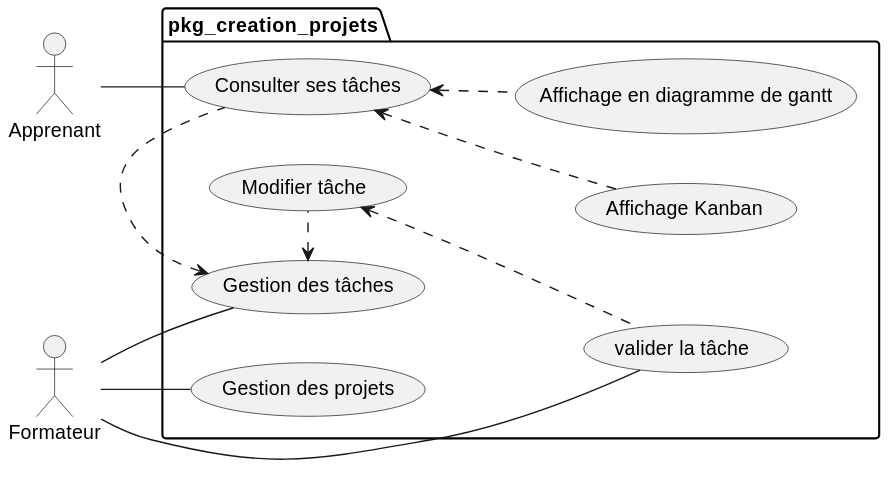
This is docs/diagrammes/pkg_creation_projets/uses_cases_pkg_creation_projets/uses_cases_pkg_creation_projets.svg from solicoders/soli-lms, a PlantUML export, as it was before one commit. Source of this version:
```plantuml
@startuml
left to right direction


actor Formateur as formateur
actor Apprenant as apprenant


package pkg_creation_projets {

  formateur --  (Gestion des projets)
  formateur --  (Gestion des tâches)
  (Gestion des tâches)  <. (Modifier tâche)
  (Modifier tâche)  <.. (valider la tâche)

  apprenant -- (Consulter ses tâches)
  formateur -- (valider la tâche)


  (Gestion des tâches) <. (Consulter ses tâches)
  (Consulter ses tâches) <.. (Affichage en diagramme de gantt)
  (Consulter ses tâches) <.. (Affichage Kanban)
}

@enduml
```
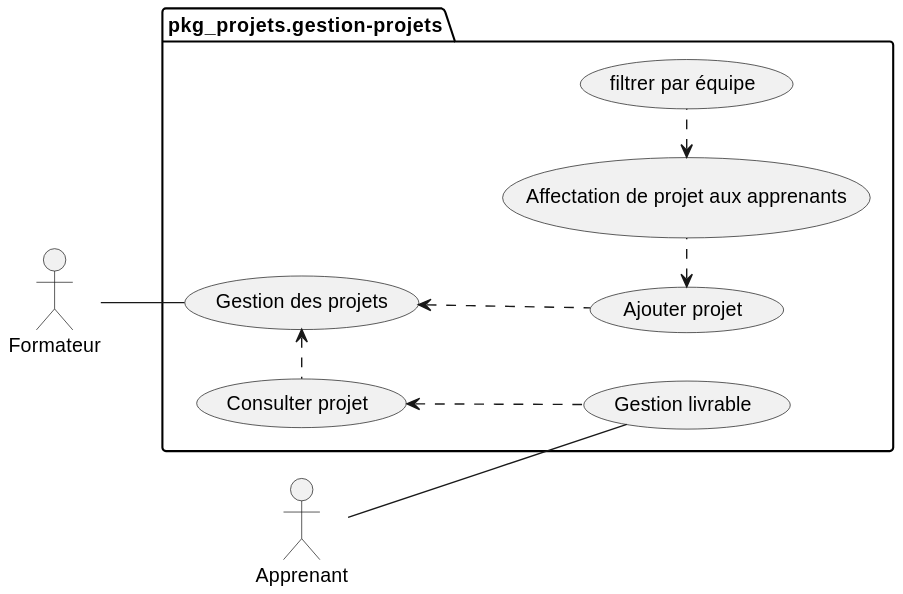
The same file after the commit.

Commit message:
docs(pkg_creation_projets): improve documentation for package creation projects

The edit, as a diff of the source:
```diff
@@ -5,21 +5,16 @@
 actor Formateur as formateur
 actor Apprenant as apprenant
 
-
-package pkg_creation_projets {
+package "pkg_projets.gestion-projets" {
 
   formateur --  (Gestion des projets)
-  formateur --  (Gestion des tâches)
-  (Gestion des tâches)  <. (Modifier tâche)
-  (Modifier tâche)  <.. (valider la tâche)
+  (Gestion des projets) <.. (Ajouter projet)
+  (Ajouter projet) <. (Affectation de projet aux apprenants)
+  (Affectation de projet aux apprenants) <. (filtrer par équipe)
 
-  apprenant -- (Consulter ses tâches)
-  formateur -- (valider la tâche)
-
-
-  (Gestion des tâches) <. (Consulter ses tâches)
-  (Consulter ses tâches) <.. (Affichage en diagramme de gantt)
-  (Consulter ses tâches) <.. (Affichage Kanban)
+  (Gestion des projets) <. (Consulter projet)
+  (Consulter projet)  <.. (Gestion livrable)
+   apprenant -- (Gestion livrable)
 }
 
 @enduml
```
